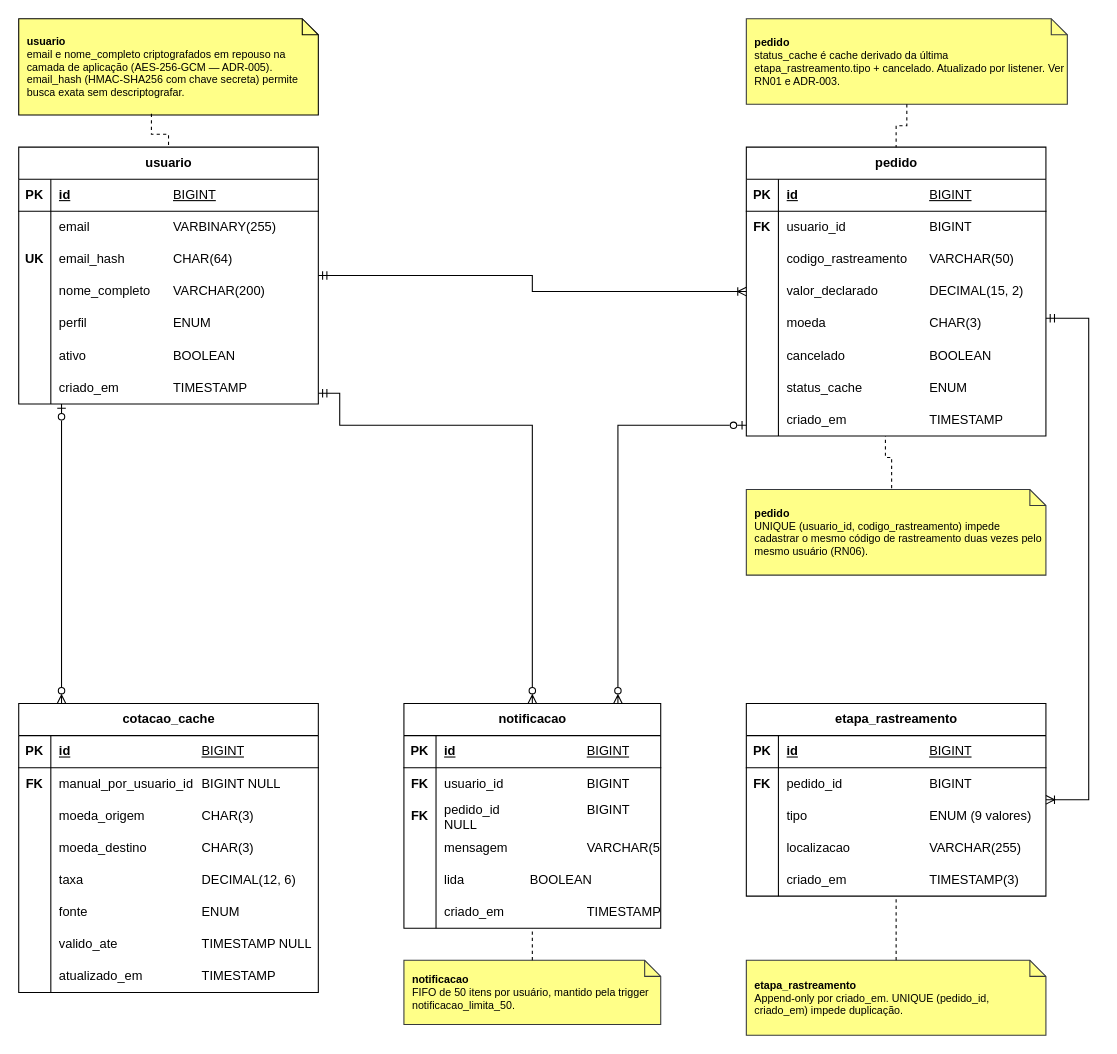
Earlier version of the draw.io diagram artefatos/modelagem-de-dados/der.drawio (HigorPauulo/importa-ai). Source tidied: cells renumbered, new cells numbered last; positions are measured from the earlier drawing's top-left corner, leaving out a move shared by most shapes. Both pictures are drawn from the tidied source at 107%, with x=0, y=0 at pixel (18, 18).
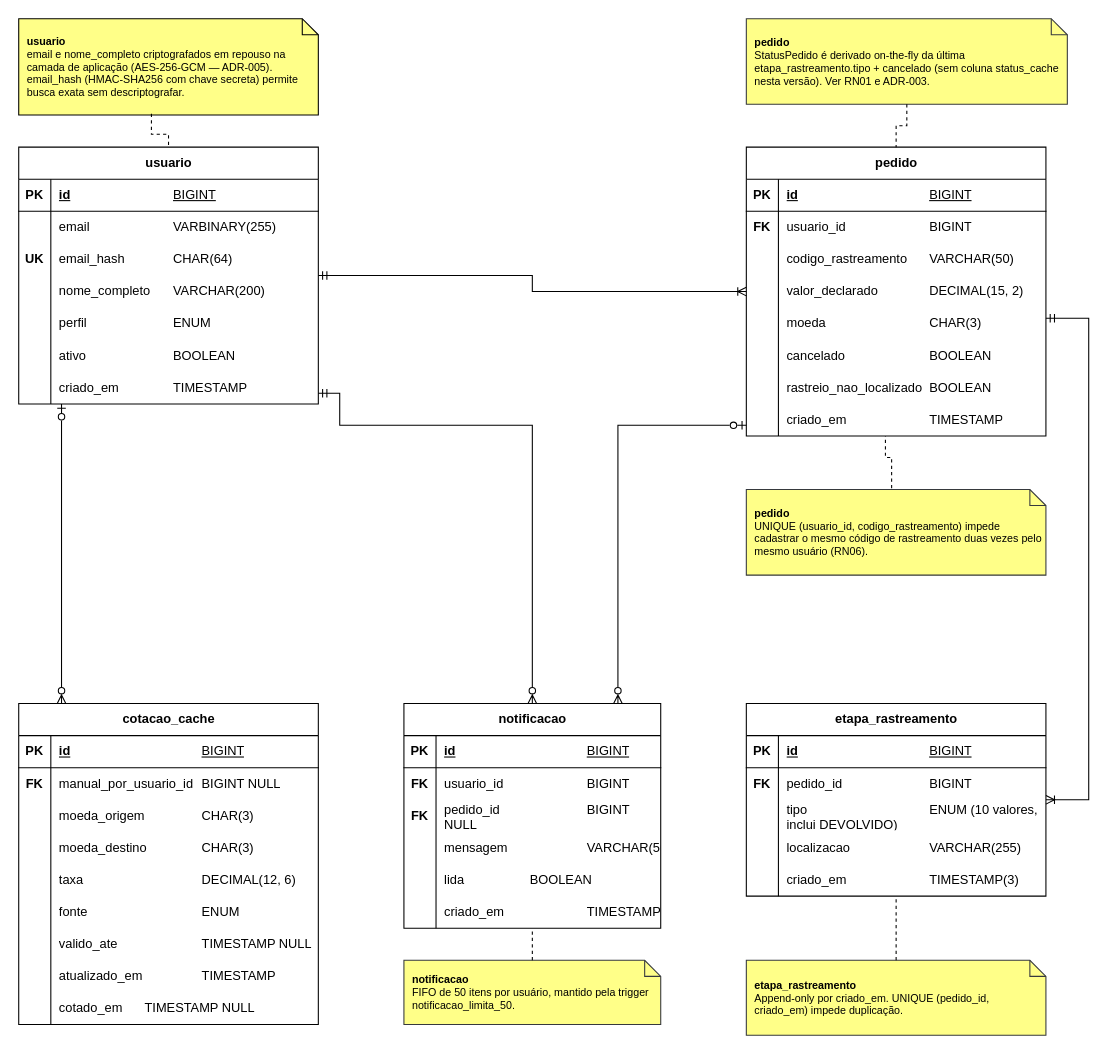
Above is the later version.

Commit message (it also covers changes not shown here):
docs: alinha DER e diagrama de estados (DEVOLVIDO, status derivado)

Unchanged cells that the change refers to:
```xml
<mxCell id="43" style="shape=tableRow;horizontal=0;startSize=0;swimlaneHead=0;swimlaneBody=0;fillColor=none;top=0;left=0;right=0;bottom=0;" parent="24" vertex="1">
  <mxGeometry y="210" width="280" height="30" as="geometry" />
</mxCell>
<mxCell id="56" style="shape=tableRow;horizontal=0;startSize=0;swimlaneHead=0;swimlaneBody=0;fillColor=none;top=0;left=0;right=0;bottom=0;" parent="49" vertex="1">
  <mxGeometry y="90" width="280" height="30" as="geometry" />
</mxCell>
```

What changed in the source:
```diff
@@
-    <mxCell id="45" value="status_cache&lt;span style=&quot;white-space: pre;&quot;&gt;&#9;&lt;/span&gt;&lt;span style=&quot;white-space: pre;&quot;&gt;&#9;&lt;/span&gt;&lt;span style=&quot;white-space: pre;&quot;&gt;&#9;&lt;/span&gt;ENUM" style="shape=partialRectangle;fillColor=none;top=0;left=0;bottom=0;right=0;align=left;spacingLeft=6;overflow=hidden;whiteSpace=wrap;html=1;" parent="43" vertex="1">
+    <mxCell id="45" value="rastreio_nao_localizado&lt;span style=&quot;white-space: pre;&quot;&gt;&#9;&lt;/span&gt;BOOLEAN" style="shape=partialRectangle;fillColor=none;top=0;left=0;bottom=0;right=0;align=left;spacingLeft=6;overflow=hidden;whiteSpace=wrap;html=1;" parent="43" vertex="1">
       <mxGeometry x="30" width="250" height="30" as="geometry" />
     </mxCell>
@@
-    <mxCell id="58" value="tipo&lt;span style=&quot;white-space: pre;&quot;&gt;&#9;&lt;/span&gt;&lt;span style=&quot;white-space: pre;&quot;&gt;&#9;&lt;/span&gt;&lt;span style=&quot;white-space: pre;&quot;&gt;&#9;&lt;/span&gt;&lt;span style=&quot;white-space: pre;&quot;&gt;&#9;&lt;/span&gt;&lt;span style=&quot;white-space: pre;&quot;&gt;&#9;&lt;/span&gt;ENUM (9 valores)" style="shape=partialRectangle;fillColor=none;top=0;left=0;bottom=0;right=0;align=left;spacingLeft=6;overflow=hidden;whiteSpace=wrap;html=1;" parent="56" vertex="1">
+    <mxCell id="58" value="tipo&lt;span style=&quot;white-space: pre;&quot;&gt;&#9;&lt;/span&gt;&lt;span style=&quot;white-space: pre;&quot;&gt;&#9;&lt;/span&gt;&lt;span style=&quot;white-space: pre;&quot;&gt;&#9;&lt;/span&gt;&lt;span style=&quot;white-space: pre;&quot;&gt;&#9;&lt;/span&gt;&lt;span style=&quot;white-space: pre;&quot;&gt;&#9;&lt;/span&gt;ENUM (10 valores, inclui DEVOLVIDO)" style="shape=partialRectangle;fillColor=none;top=0;left=0;bottom=0;right=0;align=left;spacingLeft=6;overflow=hidden;whiteSpace=wrap;html=1;" parent="56" vertex="1">
       <mxGeometry x="30" width="250" height="30" as="geometry" />
     </mxCell>
@@
     <mxCell id="84" value="cotacao_cache" style="shape=table;startSize=30;childLayout=tableLayout;rowLines=0;fontStyle=1;align=center;html=1;" parent="1" vertex="1">
-      <mxGeometry y="640" width="280" height="270" as="geometry" />
+      <mxGeometry y="640" width="280" height="300" as="geometry" />
     </mxCell>
@@
+    <mxCell id="124" style="shape=tableRow;horizontal=0;startSize=0;swimlaneHead=0;swimlaneBody=0;fillColor=none;top=0;left=0;right=0;bottom=0;" parent="84" vertex="1">
+      <mxGeometry y="270" width="280" height="30" as="geometry" />
+    </mxCell>
+    <mxCell id="125" style="shape=partialRectangle;fillColor=none;top=0;left=0;bottom=0;right=0;overflow=hidden;whiteSpace=wrap;html=1;" parent="124" vertex="1">
+      <mxGeometry width="30" height="30" as="geometry" />
+    </mxCell>
+    <mxCell id="126" value="cotado_em&lt;span style=&quot;white-space: pre;&quot;&gt;&#9;&lt;/span&gt;TIMESTAMP NULL" style="shape=partialRectangle;fillColor=none;top=0;left=0;bottom=0;right=0;align=left;spacingLeft=6;overflow=hidden;whiteSpace=wrap;html=1;" parent="124" vertex="1">
+      <mxGeometry x="30" width="250" height="30" as="geometry" />
+    </mxCell>
@@
-    <mxCell id="116" value="&lt;font style=&quot;color: rgb(0, 0, 0);&quot;&gt;&lt;b&gt;pedido&lt;/b&gt;&lt;br&gt;status_cache é cache derivado da última etapa_rastreamento.tipo + cancelado. Atualizado por listener. Ver RN01 e ADR-003.&lt;/font&gt;" style="shape=note;whiteSpace=wrap;html=1;backgroundOutline=1;size=15;fillColor=#ffff88;strokeColor=#36393d;fontSize=10;align=left;spacingLeft=6;" parent="1" vertex="1">
+    <mxCell id="116" value="&lt;font style=&quot;color: rgb(0, 0, 0);&quot;&gt;&lt;b&gt;pedido&lt;/b&gt;&lt;br&gt;StatusPedido é derivado on-the-fly da última etapa_rastreamento.tipo + cancelado (sem coluna status_cache nesta versão). Ver RN01 e ADR-003.&lt;/font&gt;" style="shape=note;whiteSpace=wrap;html=1;backgroundOutline=1;size=15;fillColor=#ffff88;strokeColor=#36393d;fontSize=10;align=left;spacingLeft=6;" parent="1" vertex="1">
       <mxGeometry x="680" width="300" height="80" as="geometry" />
     </mxCell>
```
